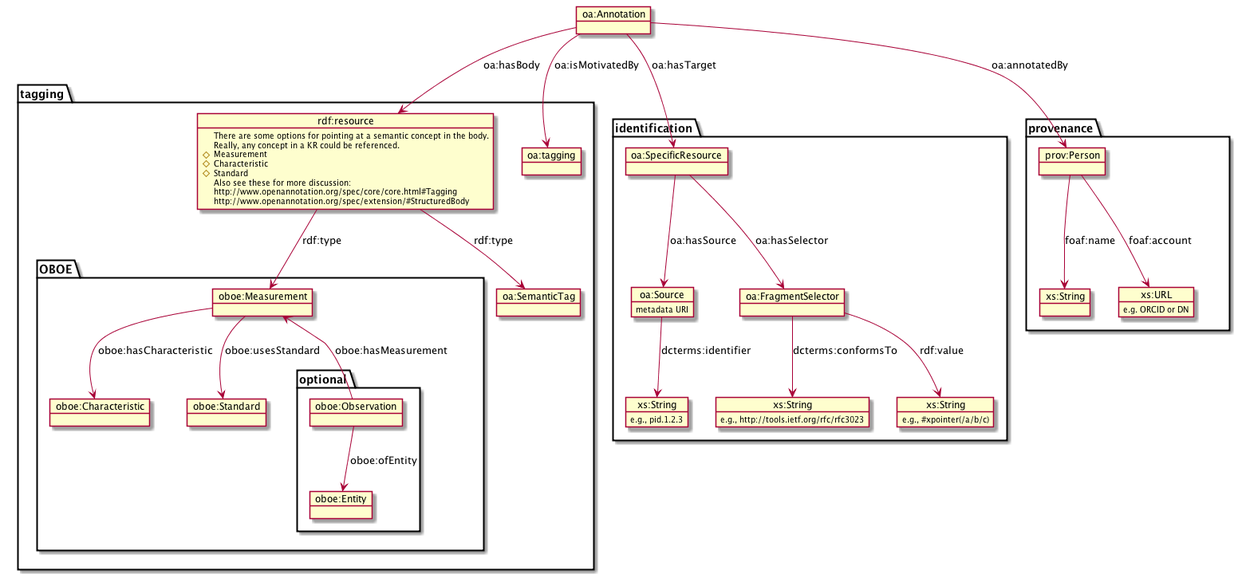
Earlier version of the PlantUML export docs/use-cases/semantics/images/oa_model.png (DataONEorg/sem-prov-design).
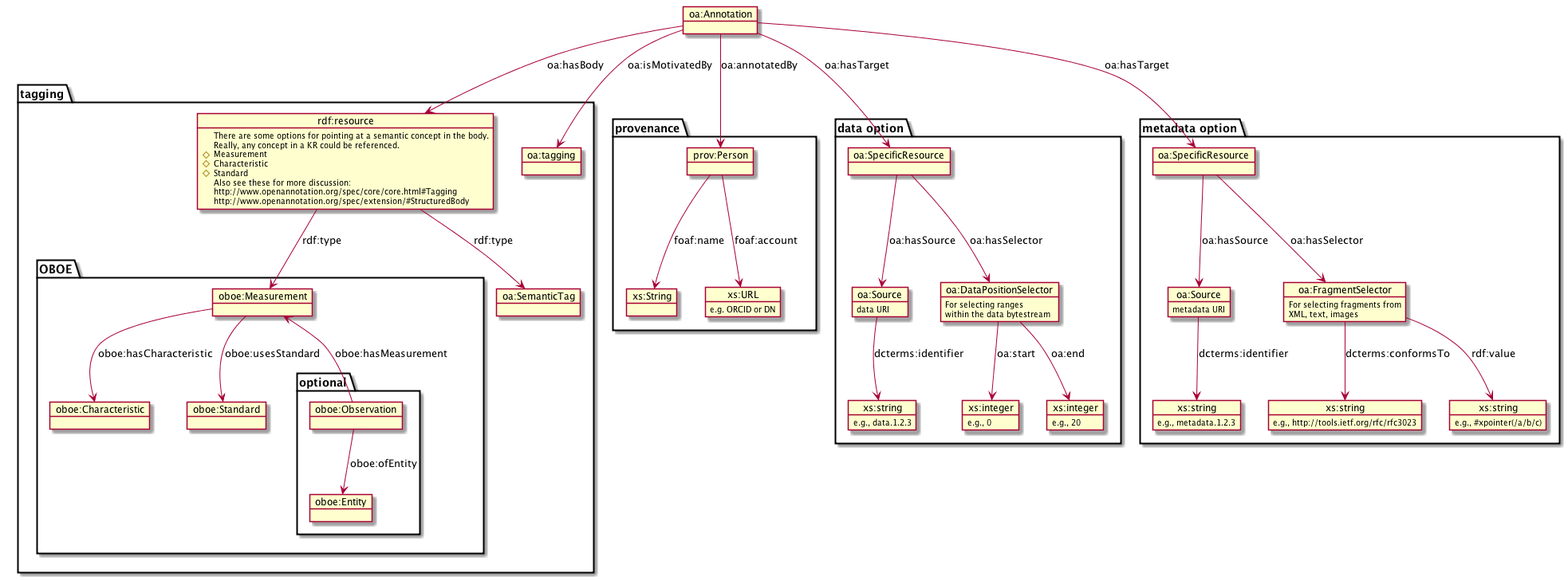
The same diagram one commit later.

Commit message:
add possible data annotation instead of just the metadata target. either or both of these schemes could be adopted/supported.

Change to the diagram source:
```diff
@@ -32,20 +32,43 @@
 
 	}
 
-	package identification {
+	package "metadata option" {
 	    object "oa:SpecificResource" as target
 	    object "oa:Source" as source {
 	    	metadata URI
 	    }
-	    object "xs:String" as identifier {
-	    	e.g., pid.1.2.3
+	    object "xs:string" as identifier {
+	    	e.g., metadata.1.2.3
 	    }
-	    object "oa:FragmentSelector" as selector
-	    object "xs:String" as selectorValue {
+	    object "oa:FragmentSelector" as selector {
+	    	For selecting fragments from
+	    	XML, text, images
+	    }
+	    object "xs:string" as selectorValue {
 	    	e.g., #xpointer(/a/b/c)
 	    }
-	    object "xs:String" as syntax {
+	    object "xs:string" as syntax {
 	    	e.g., http://tools.ietf.org/rfc/rfc3023
+	    }
+	}
+
+	package "data option" {
+	    object "oa:SpecificResource" as d_target
+	    object "oa:Source" as d_source {
+	    	data URI
+	    }
+	    object "xs:string" as d_identifier {
+	    	e.g., data.1.2.3
+	    }
+	    object "oa:DataPositionSelector" as d_selector {
+	    	For selecting ranges
+	    	within the data bytestream
+	    }
+	    object "xs:integer" as d_start {
+	    	e.g., 0
+	    }
+	    object "xs:integer" as d_end {
+	    	e.g., 20
 	    }
 	}
 
@@ -58,26 +81,33 @@
 	}
 
 annotation --> body: "oa:hasBody"
-annotation --> target: "oa:hasTarget"
+annotation --> motivation: "oa:isMotivatedBy"
+
 annotation --> person: "oa:annotatedBy"
 person --> string : "foaf:name"
 person --> url : "foaf:account"
-annotation --> motivation: "oa:isMotivatedBy"
-target --> source: "oa:hasSource"
-source --> identifier: "dcterms:identifier"
-target --> selector: "oa:hasSelector"
-selector --> syntax: "dcterms:conformsTo"
-selector --> selectorValue: "rdf:value"
+
 body --> measurement: "rdf:type"
-
 body --> semanticTag: "rdf:type"
-
-
 
 measurement --> characteristic: "oboe:hasCharacteristic"
 measurement --> standard: "oboe:usesStandard"
    	measurement <-- observation: "oboe:hasMeasurement"
    	observation --> entity: "oboe:ofEntity"
 
+annotation --> d_target: "oa:hasTarget"
+d_target --> d_source: "oa:hasSource"
+d_source --> d_identifier: "dcterms:identifier"
+d_target --> d_selector: "oa:hasSelector"
+d_selector --> d_start: "oa:start"
+d_selector --> d_end: "oa:end"
+
+annotation --> target: "oa:hasTarget"
+target --> source: "oa:hasSource"
+source --> identifier: "dcterms:identifier"
+target --> selector: "oa:hasSelector"
+selector --> syntax: "dcterms:conformsTo"
+selector --> selectorValue: "rdf:value"
+
 
 @enduml
```
